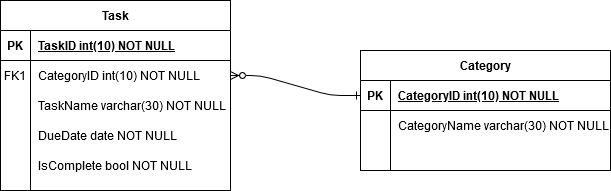
Before: ERD/ERD.png, a diagram exported from draw.io (Atinder-Pal/To-Do-List-with-persistent-storage). Source tidied: cells renumbered, new cells last; positions are measured from the earlier drawing's top-left corner, leaving out a move shared by most shapes.
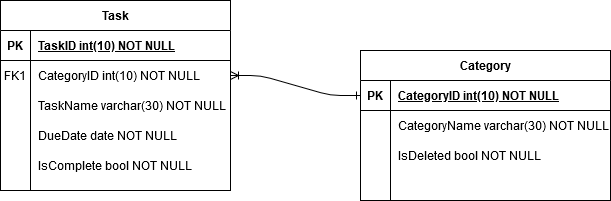
After the change.

Commit message:
Upload new ERD.png after adding IsDeleted column in Category table

The edit, as a diff of the source:
```diff
@@ -51,7 +51,7 @@
       <mxGeometry x="30" width="200" height="30" as="geometry" />
     </mxCell>
     <mxCell id="18" value="Category" style="shape=table;startSize=30;rowLines=0;fontStyle=1;align=center;" parent="1" vertex="1">
-      <mxGeometry x="360" y="50" width="250" height="120" as="geometry" />
+      <mxGeometry x="360" y="50" width="250" height="150" as="geometry" />
     </mxCell>
     <mxCell id="19" style="shape=partialRectangle;fillColor=none;top=0;left=0;bottom=1;right=0;points=[[0,0.5],[1,0.5]];portConstraint=eastwest;" parent="18" vertex="1">
       <mxGeometry y="30" width="250" height="30" as="geometry" />
@@ -71,8 +71,17 @@
     <mxCell id="24" value="CategoryName varchar(30) NOT NULL" style="shape=partialRectangle;fillColor=none;top=0;left=0;bottom=0;right=0;align=left;spacingLeft=6;overflow=hidden;" parent="22" vertex="1">
       <mxGeometry x="30" width="220" height="30" as="geometry" />
     </mxCell>
-    <mxCell id="25" style="edgeStyle=entityRelationEdgeStyle;fontSize=12;html=1;endArrow=ERone;startArrow=ERzeroToMany;startFill=1;endFill=0;exitX=1;exitY=0.5;exitDx=0;exitDy=0;entryX=0;entryY=0.5;entryDx=0;entryDy=0;" parent="1" edge="1" source="6" target="19">
-      <mxGeometry relative="1" as="geometry" />
+    <mxCell id="25" style="shape=partialRectangle;fillColor=none;top=0;left=0;bottom=0;right=0;" parent="18" vertex="1">
+      <mxGeometry y="90" width="250" height="30" as="geometry" />
     </mxCell>
+    <mxCell id="26" style="shape=partialRectangle;fillColor=none;top=0;left=0;bottom=0;right=0;overflow=hidden;" parent="25" vertex="1">
+      <mxGeometry width="30" height="30" as="geometry" />
+    </mxCell>
+    <mxCell id="27" value="IsDeleted bool NOT NULL" style="shape=partialRectangle;fillColor=none;top=0;left=0;bottom=0;right=0;align=left;spacingLeft=6;overflow=hidden;" parent="25" vertex="1">
+      <mxGeometry x="30" width="220" height="30" as="geometry" />
+    </mxCell>
+    <mxCell id="28" style="edgeStyle=entityRelationEdgeStyle;fontSize=12;html=1;endArrow=ERone;startArrow=ERoneToMany;startFill=0;endFill=0;exitX=1;exitY=0.5;exitDx=0;exitDy=0;entryX=0;entryY=0.5;entryDx=0;entryDy=0;" parent="1" edge="1" source="6" target="19">
+      <mxGeometry relative="1" as="geometry" />
+    </mxCell>
   </root>
 </mxGraphModel>
```
